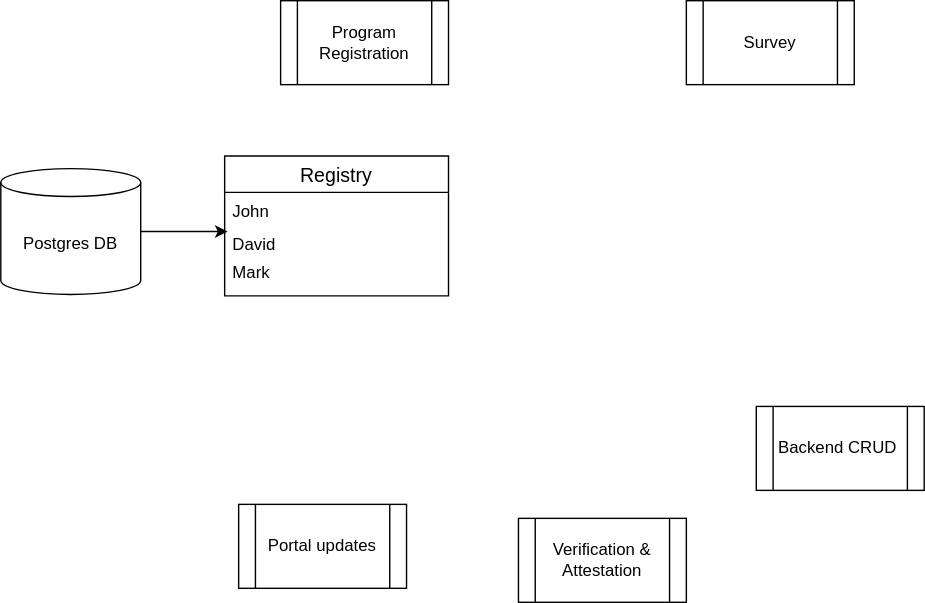
This is .gitbook/assets/program_data.drawio.svg from OpenG2P/openg2p-documentation, a draw.io export, as it was before one commit. Source tidied: cells renumbered, new cells last; positions are measured from the earlier drawing's top-left corner, leaving out a move shared by most shapes.
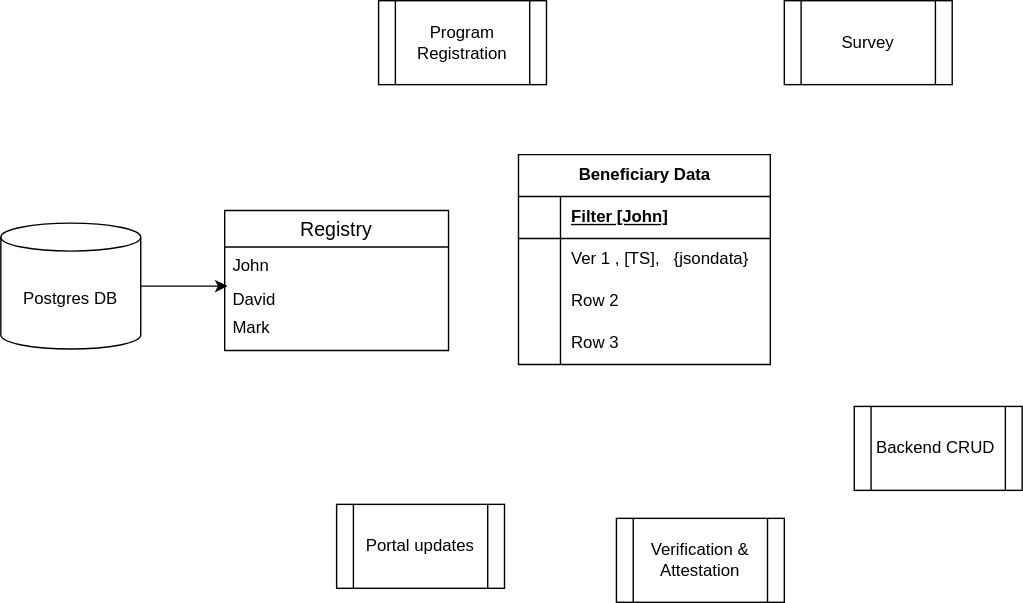
After the change.

Diff of the diagram source:
```diff
@@ -6,7 +6,7 @@
       <mxGeometry relative="1" as="geometry" />
     </mxCell>
     <mxCell id="3" value="Postgres DB" style="shape=cylinder3;whiteSpace=wrap;html=1;boundedLbl=1;backgroundOutline=1;size=10;" parent="1" vertex="1">
-      <mxGeometry y="120" width="100" height="90" as="geometry" />
+      <mxGeometry x="-70" y="159" width="100" height="90" as="geometry" />
     </mxCell>
     <mxCell id="4" value="Program Registration" style="shape=process;whiteSpace=wrap;html=1;backgroundOutline=1;" parent="1" vertex="1">
       <mxGeometry x="200" width="120" height="60" as="geometry" />
@@ -24,7 +24,7 @@
       <mxGeometry x="170" y="360" width="120" height="60" as="geometry" />
     </mxCell>
     <mxCell id="9" value="Registry" style="swimlane;fontStyle=0;horizontal=1;startSize=26;align=center;fontSize=14;" parent="1" vertex="1">
-      <mxGeometry x="160" y="111" width="160" height="100" as="geometry" />
+      <mxGeometry x="90" y="150" width="160" height="100" as="geometry" />
     </mxCell>
     <mxCell id="10" value="John" style="text;strokeColor=none;fillColor=none;spacingLeft=4;spacingRight=4;overflow=hidden;fontSize=12;whiteSpace=wrap;html=1;" parent="9" vertex="1">
       <mxGeometry y="26" width="160" height="24" as="geometry" />
@@ -35,5 +35,44 @@
     <mxCell id="12" value="Mark" style="text;strokeColor=none;fillColor=none;spacingLeft=4;spacingRight=4;overflow=hidden;fontSize=12;whiteSpace=wrap;html=1;" parent="9" vertex="1">
       <mxGeometry y="70" width="160" height="30" as="geometry" />
     </mxCell>
+    <mxCell id="13" value="Beneficiary Data" style="shape=table;startSize=30;rowLines=0;fontStyle=1;align=center;html=1;" parent="1" vertex="1">
+      <mxGeometry x="300" y="110" width="180" height="150" as="geometry" />
+    </mxCell>
+    <mxCell id="14" style="shape=tableRow;horizontal=0;startSize=0;swimlaneHead=0;swimlaneBody=0;fillColor=none;top=0;left=0;right=0;bottom=1;" parent="13" vertex="1">
+      <mxGeometry y="30" width="180" height="30" as="geometry" />
+    </mxCell>
+    <mxCell id="15" style="shape=partialRectangle;fillColor=none;top=0;left=0;bottom=0;right=0;fontStyle=1;overflow=hidden;whiteSpace=wrap;html=1;" parent="14" vertex="1">
+      <mxGeometry width="30" height="30" as="geometry" />
+    </mxCell>
+    <mxCell id="16" value="Filter [John]" style="shape=partialRectangle;fillColor=none;top=0;left=0;bottom=0;right=0;align=left;spacingLeft=6;fontStyle=5;overflow=hidden;whiteSpace=wrap;html=1;" parent="14" vertex="1">
+      <mxGeometry x="30" width="150" height="30" as="geometry" />
+    </mxCell>
+    <mxCell id="17" style="shape=tableRow;horizontal=0;startSize=0;swimlaneHead=0;swimlaneBody=0;fillColor=none;top=0;left=0;right=0;bottom=0;" parent="13" vertex="1">
+      <mxGeometry y="60" width="180" height="30" as="geometry" />
+    </mxCell>
+    <mxCell id="18" style="shape=partialRectangle;fillColor=none;top=0;left=0;bottom=0;right=0;overflow=hidden;whiteSpace=wrap;html=1;" parent="17" vertex="1">
+      <mxGeometry width="30" height="30" as="geometry" />
+    </mxCell>
+    <mxCell id="19" value="Ver 1 , [TS],&amp;nbsp; &amp;nbsp;{jsondata}" style="shape=partialRectangle;fillColor=none;top=0;left=0;bottom=0;right=0;align=left;spacingLeft=6;overflow=hidden;whiteSpace=wrap;html=1;" parent="17" vertex="1">
+      <mxGeometry x="30" width="150" height="30" as="geometry" />
+    </mxCell>
+    <mxCell id="20" style="shape=tableRow;horizontal=0;startSize=0;swimlaneHead=0;swimlaneBody=0;fillColor=none;top=0;left=0;right=0;bottom=0;" parent="13" vertex="1">
+      <mxGeometry y="90" width="180" height="30" as="geometry" />
+    </mxCell>
+    <mxCell id="21" style="shape=partialRectangle;fillColor=none;top=0;left=0;bottom=0;right=0;overflow=hidden;whiteSpace=wrap;html=1;" parent="20" vertex="1">
+      <mxGeometry width="30" height="30" as="geometry" />
+    </mxCell>
+    <mxCell id="22" value="Row 2" style="shape=partialRectangle;fillColor=none;top=0;left=0;bottom=0;right=0;align=left;spacingLeft=6;overflow=hidden;whiteSpace=wrap;html=1;" parent="20" vertex="1">
+      <mxGeometry x="30" width="150" height="30" as="geometry" />
+    </mxCell>
+    <mxCell id="23" style="shape=tableRow;horizontal=0;startSize=0;swimlaneHead=0;swimlaneBody=0;fillColor=none;top=0;left=0;right=0;bottom=0;" parent="13" vertex="1">
+      <mxGeometry y="120" width="180" height="30" as="geometry" />
+    </mxCell>
+    <mxCell id="24" style="shape=partialRectangle;fillColor=none;top=0;left=0;bottom=0;right=0;overflow=hidden;whiteSpace=wrap;html=1;" parent="23" vertex="1">
+      <mxGeometry width="30" height="30" as="geometry" />
+    </mxCell>
+    <mxCell id="25" value="Row 3" style="shape=partialRectangle;fillColor=none;top=0;left=0;bottom=0;right=0;align=left;spacingLeft=6;overflow=hidden;whiteSpace=wrap;html=1;" parent="23" vertex="1">
+      <mxGeometry x="30" width="150" height="30" as="geometry" />
+    </mxCell>
   </root>
 </mxGraphModel>
```
